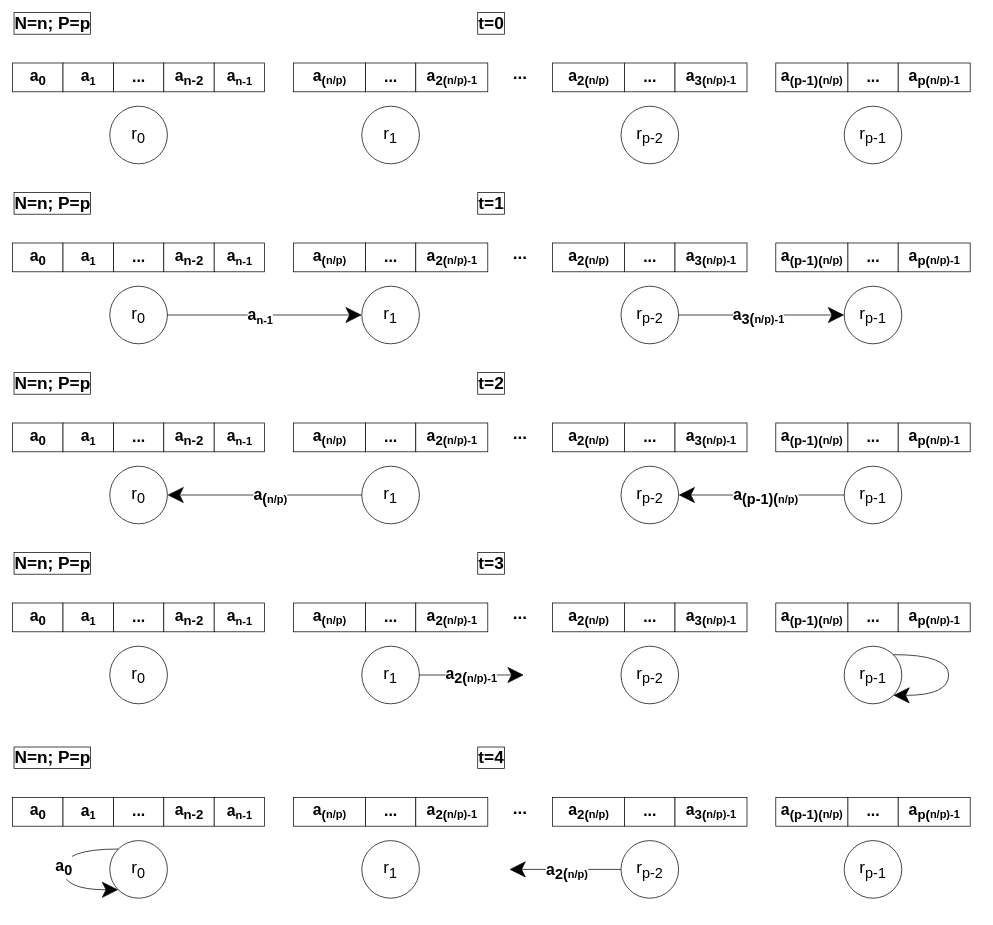
This is page "Complex" (1 of 2) of proseminar/02/02_heat_stencil_1D/diagrams/parallelization_strategy.drawio from sebastianbergner/HPC_Stefan_Sebastian, a draw.io file, before an edit. Source tidied: cells renumbered, new cells numbered last; positions are measured from the earlier drawing's top-left corner, leaving out a move shared by most shapes. Both pictures are drawn from the tidied source at 72%, with x=0, y=0 at pixel (12, 12).
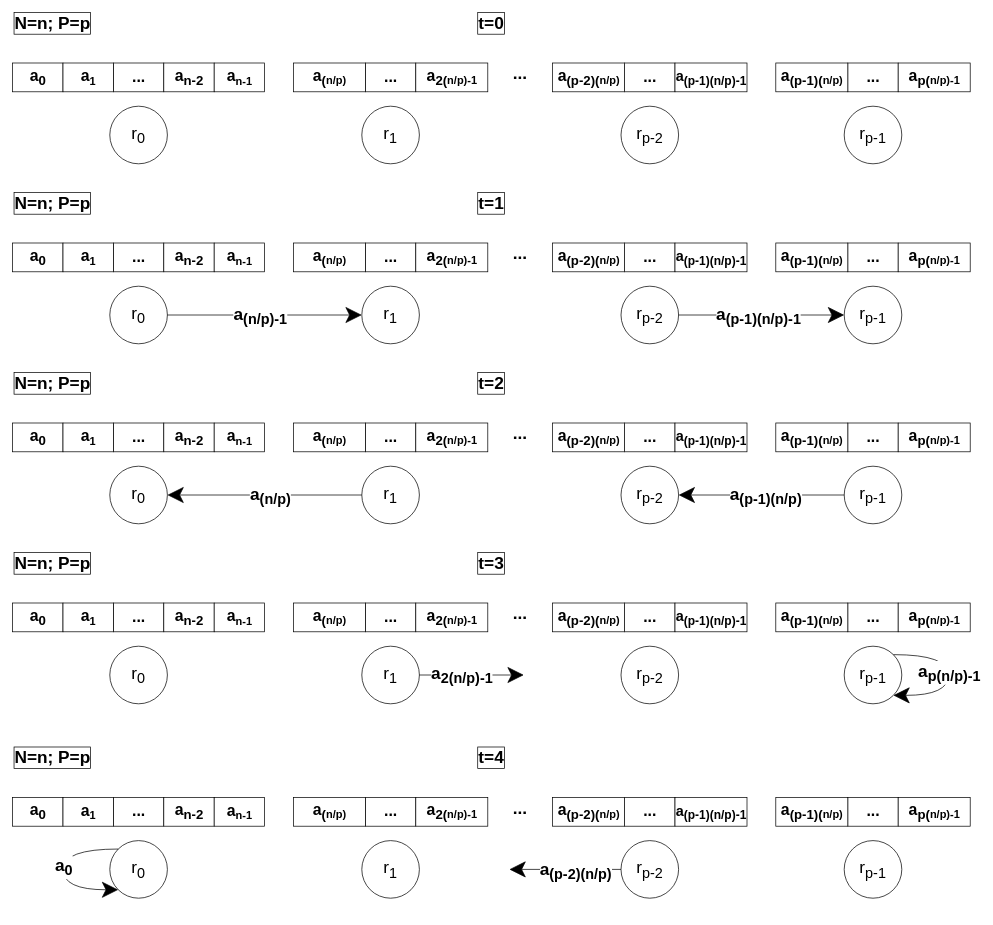
The same page after the edit.

Unchanged cells that the change refers to:
```xml
<mxCell id="2" style="group;" parent="1" vertex="1">
  <mxGeometry width="1330" height="210" as="geometry" />
</mxCell>
<mxCell id="25" style="group;" parent="1" vertex="1">
  <mxGeometry y="250" width="1330" height="210" as="geometry" />
</mxCell>
<mxCell id="44" style="edgeStyle=orthogonalEdgeStyle;rounded=0;jettySize=auto;html=1;exitX=1;exitY=0.5;exitDx=0;exitDy=0;entryX=0;entryY=0.5;entryDx=0;entryDy=0;fontSize=24;endSize=20;" parent="25" edge="1" source="38" target="43">
  <mxGeometry relative="1" as="geometry" />
</mxCell>
<mxCell id="48" style="edgeStyle=orthogonalEdgeStyle;rounded=0;jettySize=auto;html=1;entryX=0;entryY=0.5;entryDx=0;entryDy=0;fontSize=24;endSize=20;" parent="25" edge="1" source="46" target="47">
  <mxGeometry relative="1" as="geometry" />
</mxCell>
<mxCell id="52" style="group;" parent="1" vertex="1">
  <mxGeometry y="500" width="1330" height="210" as="geometry" />
</mxCell>
<mxCell id="71" style="edgeStyle=orthogonalEdgeStyle;rounded=0;jettySize=auto;html=1;exitX=0;exitY=0.5;exitDx=0;exitDy=0;entryX=1;entryY=0.5;entryDx=0;entryDy=0;fontSize=24;endSize=20;" parent="52" edge="1" source="70" target="65">
  <mxGeometry relative="1" as="geometry" />
</mxCell>
<mxCell id="75" style="edgeStyle=orthogonalEdgeStyle;rounded=0;jettySize=auto;html=1;fontSize=24;endSize=20;exitX=0;exitY=0.5;exitDx=0;exitDy=0;" parent="52" edge="1" source="74" target="73">
  <mxGeometry relative="1" as="geometry" />
</mxCell>
<mxCell id="79" style="group;" parent="1" vertex="1">
  <mxGeometry y="750" width="1330" height="230" as="geometry" />
</mxCell>
<mxCell id="102" style="rounded=0;jettySize=auto;html=1;exitX=1;exitY=0.5;exitDx=0;exitDy=0;fontSize=24;endSize=20;" parent="79" edge="1" source="97">
  <mxGeometry relative="1" as="geometry">
    <mxPoint x="710" y="170" as="targetPoint" />
  </mxGeometry>
</mxCell>
<mxCell id="104" style="edgeStyle=orthogonalEdgeStyle;rounded=0;orthogonalLoop=1;jettySize=auto;html=1;exitX=1;exitY=0;exitDx=0;exitDy=0;entryX=1;entryY=1;entryDx=0;entryDy=0;fontSize=24;endSize=20;curved=1;" parent="79" edge="1" source="99" target="99">
  <mxGeometry relative="1" as="geometry">
    <Array as="points">
      <mxPoint x="1300" y="142" />
      <mxPoint x="1300" y="198" />
      <mxPoint x="1223" y="198" />
    </Array>
  </mxGeometry>
</mxCell>
<mxCell id="105" style="group;" parent="1" vertex="1">
  <mxGeometry y="1020" width="1330" height="230" as="geometry" />
</mxCell>
<mxCell id="128" style="rounded=0;jettySize=auto;html=1;exitX=0;exitY=0.5;exitDx=0;exitDy=0;fontSize=24;endSize=20;" parent="105" edge="1" source="124">
  <mxGeometry relative="1" as="geometry">
    <mxPoint x="690" y="170" as="targetPoint" />
  </mxGeometry>
</mxCell>
<mxCell id="130" style="edgeStyle=orthogonalEdgeStyle;curved=1;rounded=0;orthogonalLoop=1;jettySize=auto;html=1;exitX=0;exitY=0;exitDx=0;exitDy=0;entryX=0;entryY=1;entryDx=0;entryDy=0;fontSize=24;fontColor=default;endSize=20;" parent="105" edge="1" source="118" target="118">
  <mxGeometry relative="1" as="geometry">
    <Array as="points">
      <mxPoint x="70" y="142" />
      <mxPoint x="70" y="198" />
      <mxPoint x="147" y="198" />
    </Array>
  </mxGeometry>
</mxCell>
```

What changed in the source:
```diff
@@
-    <mxCell id="13" value="a&lt;sub&gt;2(&lt;/sub&gt;&lt;span style=&quot;font-size: 18.3333px;&quot;&gt;&lt;sub&gt;n/p)&lt;/sub&gt;&lt;/span&gt;" style="strokeWidth=1;fontStyle=1;html=1;fontSize=22;fontFamily=Helvetica;horizontal=1;" parent="2" vertex="1">
+    <mxCell id="13" value="a&lt;sub&gt;(p-2)(&lt;/sub&gt;&lt;span style=&quot;font-size: 18.3333px;&quot;&gt;&lt;sub&gt;n/p)&lt;/sub&gt;&lt;/span&gt;" style="strokeWidth=1;fontStyle=1;html=1;fontSize=22;fontFamily=Helvetica;horizontal=1;" parent="2" vertex="1">
       <mxGeometry x="750" y="70" width="100" height="40" as="geometry" />
     </mxCell>
@@
-    <mxCell id="16" value="a&lt;sub&gt;3(&lt;/sub&gt;&lt;span style=&quot;font-size: 18.3333px;&quot;&gt;&lt;sub&gt;n/p)-1&lt;/sub&gt;&lt;/span&gt;" style="strokeWidth=1;fontStyle=1;html=1;fontSize=22;fontFamily=Helvetica;horizontal=1;" parent="2" vertex="1">
+    <mxCell id="16" value="&lt;font style=&quot;font-size: 20px;&quot;&gt;a&lt;sub&gt;(p-1)(&lt;/sub&gt;&lt;sub style=&quot;&quot;&gt;n/p)-1&lt;/sub&gt;&lt;/font&gt;" style="strokeWidth=1;fontStyle=1;html=1;fontSize=22;fontFamily=Helvetica;horizontal=1;" parent="2" vertex="1">
       <mxGeometry x="920" y="70" width="100" height="40" as="geometry" />
     </mxCell>
@@
-    <mxCell id="36" value="a&lt;sub&gt;2(&lt;/sub&gt;&lt;span style=&quot;font-size: 18.3333px;&quot;&gt;&lt;sub&gt;n/p)&lt;/sub&gt;&lt;/span&gt;" style="strokeWidth=1;fontStyle=1;html=1;fontSize=22;fontFamily=Helvetica;horizontal=1;" parent="25" vertex="1">
+    <mxCell id="36" value="a&lt;sub&gt;(p-2)(&lt;/sub&gt;&lt;span style=&quot;font-size: 18.3333px;&quot;&gt;&lt;sub&gt;n/p)&lt;/sub&gt;&lt;/span&gt;" style="strokeWidth=1;fontStyle=1;html=1;fontSize=22;fontFamily=Helvetica;horizontal=1;" parent="25" vertex="1">
       <mxGeometry x="750" y="70" width="100" height="40" as="geometry" />
     </mxCell>
@@
-    <mxCell id="39" value="a&lt;sub&gt;3(&lt;/sub&gt;&lt;span style=&quot;font-size: 18.3333px;&quot;&gt;&lt;sub&gt;n/p)-1&lt;/sub&gt;&lt;/span&gt;" style="strokeWidth=1;fontStyle=1;html=1;fontSize=22;fontFamily=Helvetica;horizontal=1;" parent="25" vertex="1">
+    <mxCell id="39" value="&lt;font style=&quot;font-size: 20px;&quot;&gt;a&lt;sub&gt;(p-1)(&lt;/sub&gt;&lt;sub&gt;n/p)-1&lt;/sub&gt;&lt;/font&gt;" style="strokeWidth=1;fontStyle=1;html=1;fontSize=22;fontFamily=Helvetica;horizontal=1;" parent="25" vertex="1">
       <mxGeometry x="920" y="70" width="100" height="40" as="geometry" />
     </mxCell>
@@
-    <mxCell id="45" value="&lt;span style=&quot;font-size: 22px; font-weight: 700;&quot;&gt;a&lt;/span&gt;&lt;span style=&quot;font-weight: 700; font-size: 18.3333px;&quot;&gt;&lt;sub&gt;n-1&lt;/sub&gt;&lt;/span&gt;" style="edgeLabel;html=1;align=center;verticalAlign=middle;fontSize=24;" parent="44" vertex="1">
+    <mxCell id="45" value="&lt;font style=&quot;font-size: 24px;&quot;&gt;&lt;span style=&quot;font-weight: 700;&quot;&gt;a&lt;/span&gt;&lt;sub style=&quot;font-weight: 700;&quot;&gt;(&lt;/sub&gt;&lt;span style=&quot;font-weight: 700;&quot;&gt;&lt;sub style=&quot;&quot;&gt;n/p)-1&lt;/sub&gt;&lt;/span&gt;&lt;/font&gt;" style="edgeLabel;html=1;align=center;verticalAlign=middle;fontSize=24;" parent="44" vertex="1">
       <mxGeometry x="-0.05" relative="1" as="geometry" />
     </mxCell>
@@
-    <mxCell id="49" value="&lt;span style=&quot;font-size: 22px; font-weight: 700;&quot;&gt;a&lt;/span&gt;&lt;sub style=&quot;font-weight: 700;&quot;&gt;3(&lt;/sub&gt;&lt;span style=&quot;font-weight: 700; font-size: 18.3333px;&quot;&gt;&lt;sub&gt;n/p)-1&lt;/sub&gt;&lt;/span&gt;" style="edgeLabel;html=1;align=center;verticalAlign=middle;fontSize=24;" parent="48" vertex="1">
+    <mxCell id="49" value="&lt;font style=&quot;font-size: 24px;&quot;&gt;&lt;span style=&quot;font-weight: 700;&quot;&gt;a&lt;/span&gt;&lt;sub style=&quot;font-weight: 700;&quot;&gt;(p-1)(&lt;/sub&gt;&lt;sub style=&quot;font-weight: 700;&quot;&gt;n/p)-1&lt;/sub&gt;&lt;/font&gt;" style="edgeLabel;html=1;align=center;verticalAlign=middle;fontSize=24;" parent="48" vertex="1">
       <mxGeometry x="-0.04" relative="1" as="geometry" />
     </mxCell>
@@
-    <mxCell id="63" value="a&lt;sub&gt;2(&lt;/sub&gt;&lt;span style=&quot;font-size: 18.3333px;&quot;&gt;&lt;sub&gt;n/p)&lt;/sub&gt;&lt;/span&gt;" style="strokeWidth=1;fontStyle=1;html=1;fontSize=22;fontFamily=Helvetica;horizontal=1;" parent="52" vertex="1">
+    <mxCell id="63" value="a&lt;sub&gt;(p-2)(&lt;/sub&gt;&lt;span style=&quot;font-size: 18.3333px;&quot;&gt;&lt;sub&gt;n/p)&lt;/sub&gt;&lt;/span&gt;" style="strokeWidth=1;fontStyle=1;html=1;fontSize=22;fontFamily=Helvetica;horizontal=1;" parent="52" vertex="1">
       <mxGeometry x="750" y="70" width="100" height="40" as="geometry" />
     </mxCell>
@@
-    <mxCell id="66" value="a&lt;sub&gt;3(&lt;/sub&gt;&lt;span style=&quot;font-size: 18.3333px;&quot;&gt;&lt;sub&gt;n/p)-1&lt;/sub&gt;&lt;/span&gt;" style="strokeWidth=1;fontStyle=1;html=1;fontSize=22;fontFamily=Helvetica;horizontal=1;" parent="52" vertex="1">
+    <mxCell id="66" value="&lt;font style=&quot;font-size: 20px;&quot;&gt;a&lt;sub&gt;(p-1)(&lt;/sub&gt;&lt;sub&gt;n/p)-1&lt;/sub&gt;&lt;/font&gt;" style="strokeWidth=1;fontStyle=1;html=1;fontSize=22;fontFamily=Helvetica;horizontal=1;" parent="52" vertex="1">
       <mxGeometry x="920" y="70" width="100" height="40" as="geometry" />
     </mxCell>
@@
-    <mxCell id="72" value="&lt;span style=&quot;font-size: 22px; font-weight: 700;&quot;&gt;a&lt;/span&gt;&lt;sub style=&quot;font-weight: 700;&quot;&gt;(&lt;/sub&gt;&lt;span style=&quot;font-weight: 700; font-size: 18.3333px;&quot;&gt;&lt;sub&gt;n/p)&lt;/sub&gt;&lt;/span&gt;" style="edgeLabel;html=1;align=center;verticalAlign=middle;fontSize=24;" parent="71" vertex="1">
+    <mxCell id="72" value="&lt;font style=&quot;font-size: 24px;&quot;&gt;&lt;span style=&quot;font-weight: 700;&quot;&gt;a&lt;/span&gt;&lt;sub style=&quot;font-weight: 700;&quot;&gt;(&lt;/sub&gt;&lt;span style=&quot;font-weight: 700;&quot;&gt;&lt;sub style=&quot;&quot;&gt;n/p)&lt;/sub&gt;&lt;/span&gt;&lt;/font&gt;" style="edgeLabel;html=1;align=center;verticalAlign=middle;fontSize=24;" parent="71" vertex="1">
       <mxGeometry x="-0.05" relative="1" as="geometry" />
     </mxCell>
@@
-    <mxCell id="76" value="&lt;span style=&quot;font-size: 22px; font-weight: 700;&quot;&gt;a&lt;/span&gt;&lt;sub style=&quot;font-weight: 700;&quot;&gt;(p-1)(&lt;/sub&gt;&lt;span style=&quot;font-weight: 700; font-size: 18.3333px;&quot;&gt;&lt;sub&gt;n/p)&lt;/sub&gt;&lt;/span&gt;" style="edgeLabel;html=1;align=center;verticalAlign=middle;fontSize=24;" parent="75" vertex="1">
+    <mxCell id="76" value="&lt;font style=&quot;font-size: 24px;&quot;&gt;&lt;span style=&quot;font-weight: 700;&quot;&gt;a&lt;/span&gt;&lt;sub style=&quot;font-weight: 700;&quot;&gt;(p-1)(&lt;/sub&gt;&lt;span style=&quot;font-weight: 700;&quot;&gt;&lt;sub style=&quot;&quot;&gt;n/p)&lt;/sub&gt;&lt;/span&gt;&lt;/font&gt;" style="edgeLabel;html=1;align=center;verticalAlign=middle;fontSize=24;" parent="75" vertex="1">
       <mxGeometry x="-0.04" relative="1" as="geometry" />
     </mxCell>
@@
-    <mxCell id="90" value="a&lt;sub&gt;2(&lt;/sub&gt;&lt;span style=&quot;font-size: 18.3333px;&quot;&gt;&lt;sub&gt;n/p)&lt;/sub&gt;&lt;/span&gt;" style="strokeWidth=1;fontStyle=1;html=1;fontSize=22;fontFamily=Helvetica;horizontal=1;" parent="79" vertex="1">
+    <mxCell id="90" value="a&lt;sub&gt;(p-2)(&lt;/sub&gt;&lt;span style=&quot;font-size: 18.3333px;&quot;&gt;&lt;sub&gt;n/p)&lt;/sub&gt;&lt;/span&gt;" style="strokeWidth=1;fontStyle=1;html=1;fontSize=22;fontFamily=Helvetica;horizontal=1;" parent="79" vertex="1">
       <mxGeometry x="750" y="70" width="100" height="40" as="geometry" />
     </mxCell>
@@
-    <mxCell id="93" value="a&lt;sub&gt;3(&lt;/sub&gt;&lt;span style=&quot;font-size: 18.3333px;&quot;&gt;&lt;sub&gt;n/p)-1&lt;/sub&gt;&lt;/span&gt;" style="strokeWidth=1;fontStyle=1;html=1;fontSize=22;fontFamily=Helvetica;horizontal=1;" parent="79" vertex="1">
+    <mxCell id="93" value="&lt;font style=&quot;font-size: 20px;&quot;&gt;a&lt;sub&gt;(p-1)(&lt;/sub&gt;&lt;sub&gt;n/p)-1&lt;/sub&gt;&lt;/font&gt;" style="strokeWidth=1;fontStyle=1;html=1;fontSize=22;fontFamily=Helvetica;horizontal=1;" parent="79" vertex="1">
       <mxGeometry x="920" y="70" width="100" height="40" as="geometry" />
     </mxCell>
@@
-    <mxCell id="103" value="&lt;span style=&quot;font-size: 22px; font-weight: 700;&quot;&gt;a&lt;/span&gt;&lt;sub style=&quot;font-weight: 700;&quot;&gt;2(&lt;/sub&gt;&lt;span style=&quot;font-weight: 700; font-size: 18.3333px;&quot;&gt;&lt;sub&gt;n/p)-1&lt;/sub&gt;&lt;/span&gt;" style="edgeLabel;html=1;align=center;verticalAlign=middle;fontSize=24;" parent="102" vertex="1">
-      <mxGeometry x="-0.02" y="1" relative="1" as="geometry" />
+    <mxCell id="103" value="&lt;font style=&quot;font-size: 24px;&quot;&gt;&lt;span style=&quot;font-weight: 700;&quot;&gt;a&lt;/span&gt;&lt;sub style=&quot;font-weight: 700;&quot;&gt;2(&lt;/sub&gt;&lt;span style=&quot;font-weight: 700;&quot;&gt;&lt;sub style=&quot;&quot;&gt;n/p)-1&lt;/sub&gt;&lt;/span&gt;&lt;/font&gt;" style="edgeLabel;html=1;align=center;verticalAlign=middle;fontSize=24;" parent="102" vertex="1">
+      <mxGeometry x="-0.02" y="1" relative="1" as="geometry">
+        <mxPoint x="-13" as="offset" />
+      </mxGeometry>
     </mxCell>
@@
+    <mxCell id="132" value="&lt;font style=&quot;font-size: 24px;&quot;&gt;&lt;span style=&quot;font-weight: 700;&quot;&gt;a&lt;/span&gt;&lt;sub style=&quot;font-weight: 700;&quot;&gt;p(&lt;/sub&gt;&lt;span style=&quot;font-weight: 700;&quot;&gt;&lt;sub style=&quot;&quot;&gt;n/p)-1&lt;/sub&gt;&lt;/span&gt;&lt;/font&gt;" style="edgeLabel;html=1;align=center;verticalAlign=middle;" parent="104" vertex="1">
+      <mxGeometry x="-0.03" relative="1" as="geometry" />
+    </mxCell>
@@
-    <mxCell id="116" value="a&lt;sub&gt;2(&lt;/sub&gt;&lt;span style=&quot;font-size: 18.3333px;&quot;&gt;&lt;sub&gt;n/p)&lt;/sub&gt;&lt;/span&gt;" style="strokeWidth=1;fontStyle=1;html=1;fontSize=22;fontFamily=Helvetica;horizontal=1;" parent="105" vertex="1">
+    <mxCell id="116" value="a&lt;sub&gt;(p-2)(&lt;/sub&gt;&lt;span style=&quot;font-size: 18.3333px;&quot;&gt;&lt;sub&gt;n/p)&lt;/sub&gt;&lt;/span&gt;" style="strokeWidth=1;fontStyle=1;html=1;fontSize=22;fontFamily=Helvetica;horizontal=1;" parent="105" vertex="1">
       <mxGeometry x="750" y="70" width="100" height="40" as="geometry" />
     </mxCell>
@@
-    <mxCell id="119" value="a&lt;sub&gt;3(&lt;/sub&gt;&lt;span style=&quot;font-size: 18.3333px;&quot;&gt;&lt;sub&gt;n/p)-1&lt;/sub&gt;&lt;/span&gt;" style="strokeWidth=1;fontStyle=1;html=1;fontSize=22;fontFamily=Helvetica;horizontal=1;" parent="105" vertex="1">
+    <mxCell id="119" value="&lt;font style=&quot;font-size: 20px;&quot;&gt;a&lt;sub&gt;(p-1)(&lt;/sub&gt;&lt;sub&gt;n/p)-1&lt;/sub&gt;&lt;/font&gt;" style="strokeWidth=1;fontStyle=1;html=1;fontSize=22;fontFamily=Helvetica;horizontal=1;" parent="105" vertex="1">
       <mxGeometry x="920" y="70" width="100" height="40" as="geometry" />
     </mxCell>
@@
-    <mxCell id="129" value="&lt;span style=&quot;font-size: 22px; font-weight: 700;&quot;&gt;a&lt;/span&gt;&lt;sub style=&quot;font-weight: 700;&quot;&gt;2(&lt;/sub&gt;&lt;span style=&quot;font-weight: 700; font-size: 18.3333px;&quot;&gt;&lt;sub&gt;n/p)&lt;/sub&gt;&lt;/span&gt;" style="edgeLabel;html=1;align=center;verticalAlign=middle;fontSize=24;" parent="128" vertex="1">
-      <mxGeometry x="-0.02" y="1" relative="1" as="geometry" />
+    <mxCell id="129" value="&lt;font style=&quot;font-size: 24px;&quot;&gt;&lt;span style=&quot;font-weight: 700;&quot;&gt;a&lt;/span&gt;&lt;sub style=&quot;font-weight: 700;&quot;&gt;(p-2)(&lt;/sub&gt;&lt;span style=&quot;font-weight: 700;&quot;&gt;&lt;sub style=&quot;&quot;&gt;n/p)&lt;/sub&gt;&lt;/span&gt;&lt;/font&gt;" style="edgeLabel;html=1;align=center;verticalAlign=middle;fontSize=24;" parent="128" vertex="1">
+      <mxGeometry x="-0.02" y="1" relative="1" as="geometry">
+        <mxPoint x="12" as="offset" />
+      </mxGeometry>
     </mxCell>
@@
-    <mxCell id="131" value="&lt;span style=&quot;font-size: 22px; font-weight: 700;&quot;&gt;a&lt;/span&gt;&lt;sub style=&quot;font-weight: 700;&quot;&gt;0&lt;/sub&gt;" style="edgeLabel;html=1;align=center;verticalAlign=middle;fontSize=24;fontColor=default;" parent="130" vertex="1">
+    <mxCell id="131" value="&lt;font style=&quot;font-size: 24px;&quot;&gt;&lt;span style=&quot;font-weight: 700;&quot;&gt;a&lt;/span&gt;&lt;sub style=&quot;font-weight: 700;&quot;&gt;0&lt;/sub&gt;&lt;/font&gt;" style="edgeLabel;html=1;align=center;verticalAlign=middle;fontSize=24;fontColor=default;" parent="130" vertex="1">
       <mxGeometry x="-0.03" relative="1" as="geometry" />
     </mxCell>
```
